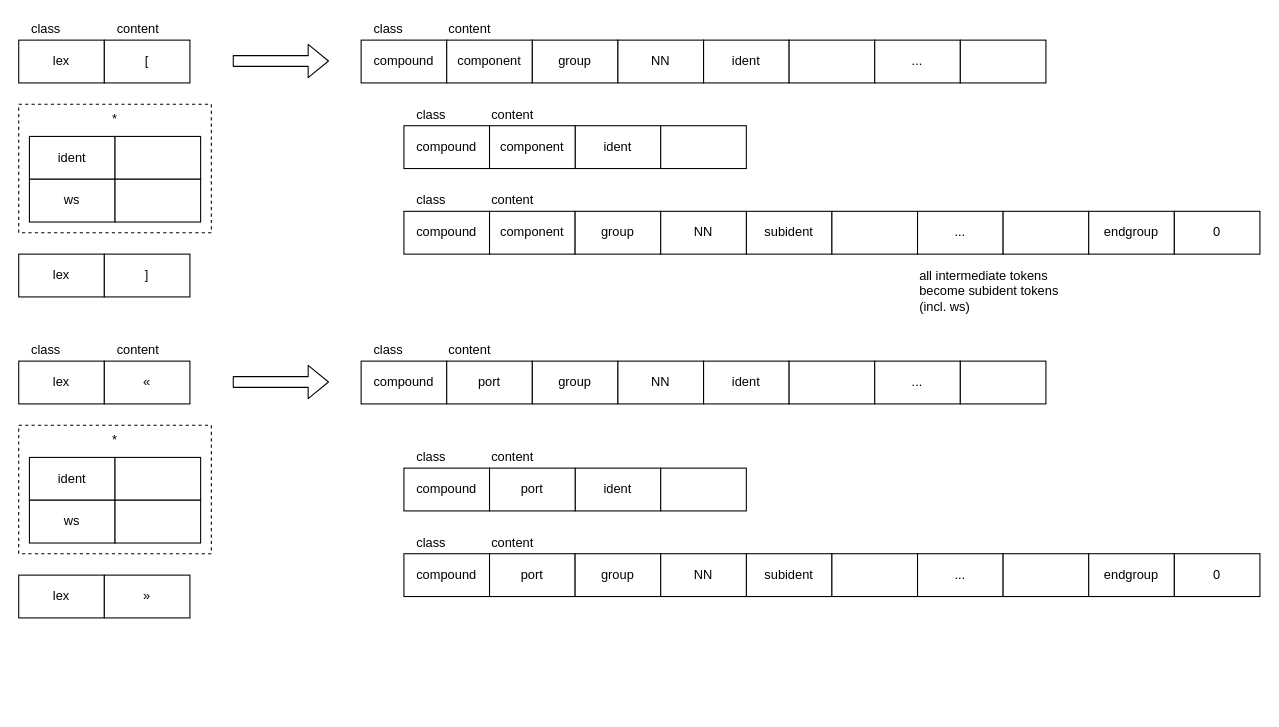
This is page "(components and ports deprecated)" (6 of 6) of asca/tokens.drawio from guitarvydas/dasl2, a draw.io file, before an edit. Source tidied: cells renumbered, new cells numbered last; positions are measured from the earlier drawing's top-left corner, leaving out a move shared by most shapes. Both pictures are drawn from the tidied source at 107%, with x=0, y=0 at pixel (18, 18).
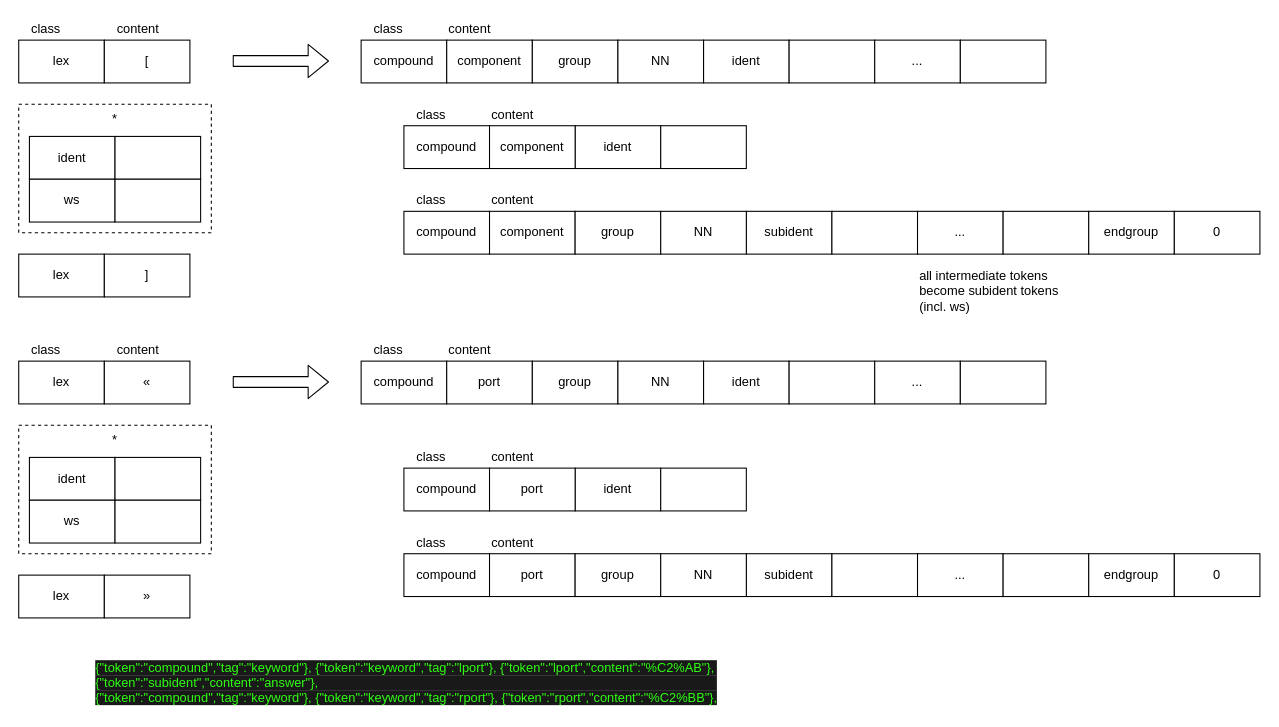
The same page after the edit.

Change to the diagram source:
```diff
@@
+    <mxCell id="83" value="&lt;p class=&quot;p1&quot; style=&quot;margin: 0px ; font-stretch: normal ; line-height: normal ; font-family: &amp;quot;andale mono&amp;quot; ; color: rgb(47 , 255 , 18) ; background-color: rgba(0 , 0 , 0 , 0.9)&quot;&gt;&lt;span class=&quot;s1&quot;&gt;{&quot;token&quot;:&quot;compound&quot;,&quot;tag&quot;:&quot;keyword&quot;}, {&quot;token&quot;:&quot;keyword&quot;,&quot;tag&quot;:&quot;lport&quot;}, {&quot;token&quot;:&quot;lport&quot;,&quot;content&quot;:&quot;%C2%AB&quot;},&lt;/span&gt;&lt;/p&gt;&lt;p class=&quot;p1&quot; style=&quot;margin: 0px ; font-stretch: normal ; line-height: normal ; font-family: &amp;quot;andale mono&amp;quot; ; color: rgb(47 , 255 , 18) ; background-color: rgba(0 , 0 , 0 , 0.9)&quot;&gt;&lt;span class=&quot;s1&quot;&gt;{&quot;token&quot;:&quot;subident&quot;,&quot;content&quot;:&quot;answer&quot;},&lt;/span&gt;&lt;/p&gt;&lt;p class=&quot;p1&quot; style=&quot;margin: 0px ; font-stretch: normal ; line-height: normal ; font-family: &amp;quot;andale mono&amp;quot; ; color: rgb(47 , 255 , 18) ; background-color: rgba(0 , 0 , 0 , 0.9)&quot;&gt;&lt;span class=&quot;s1&quot;&gt;{&quot;token&quot;:&quot;compound&quot;,&quot;tag&quot;:&quot;keyword&quot;}, {&quot;token&quot;:&quot;keyword&quot;,&quot;tag&quot;:&quot;rport&quot;}, {&quot;token&quot;:&quot;rport&quot;,&quot;content&quot;:&quot;%C2%BB&quot;},&lt;/span&gt;&lt;/p&gt;" style="text;html=1;align=left;verticalAlign=middle;strokeColor=none;" parent="1" vertex="1">
+      <mxGeometry x="70" y="595" width="810" height="50" as="geometry" />
+    </mxCell>
```
